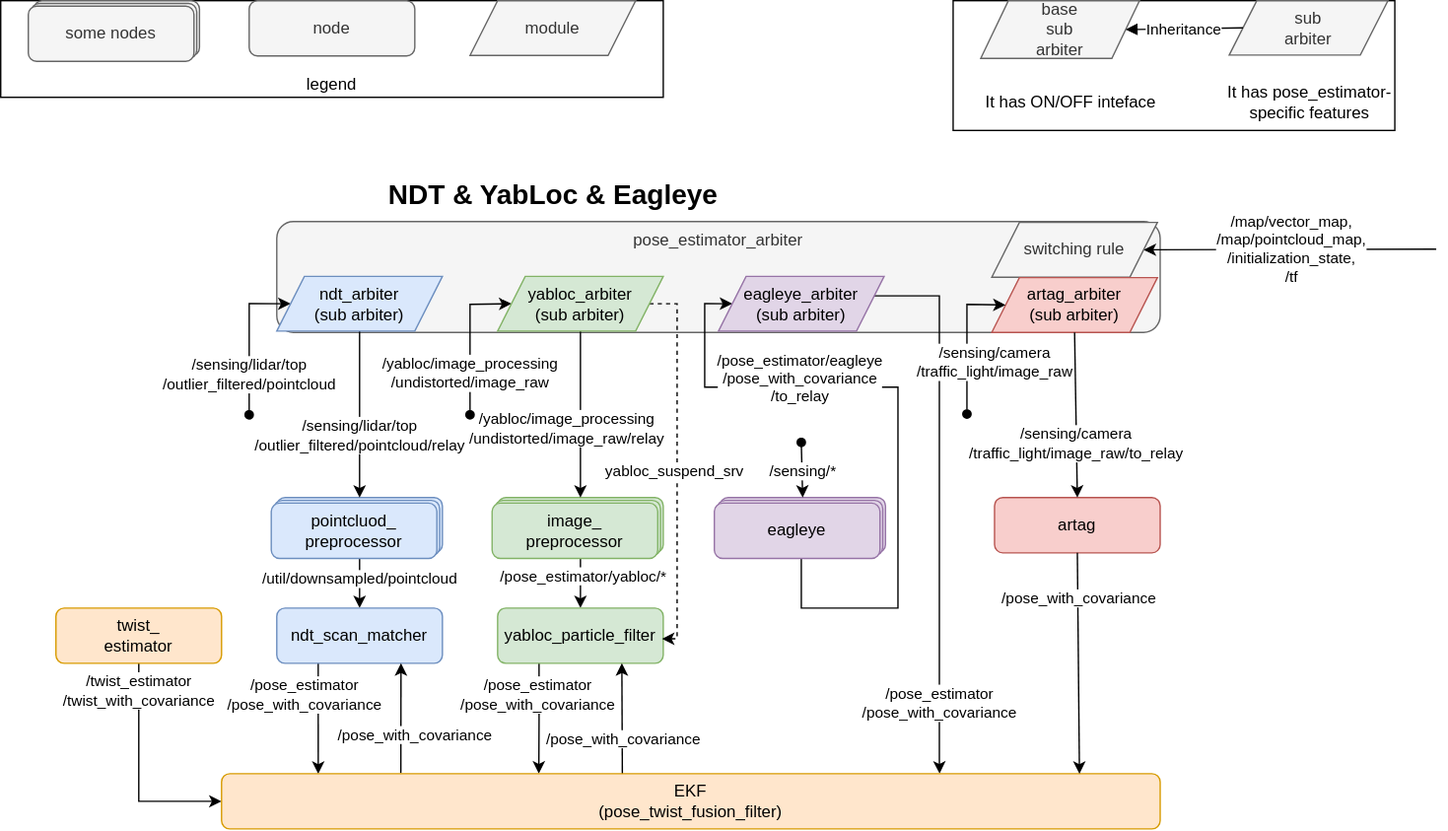
Before: localization/pose_estimator_arbiter/media/architecture.drawio.svg, a diagram exported from draw.io (autowarefoundation/autoware.universe). Source tidied: cells renumbered, new cells last; positions are measured from the earlier drawing's top-left corner, leaving out a move shared by most shapes.
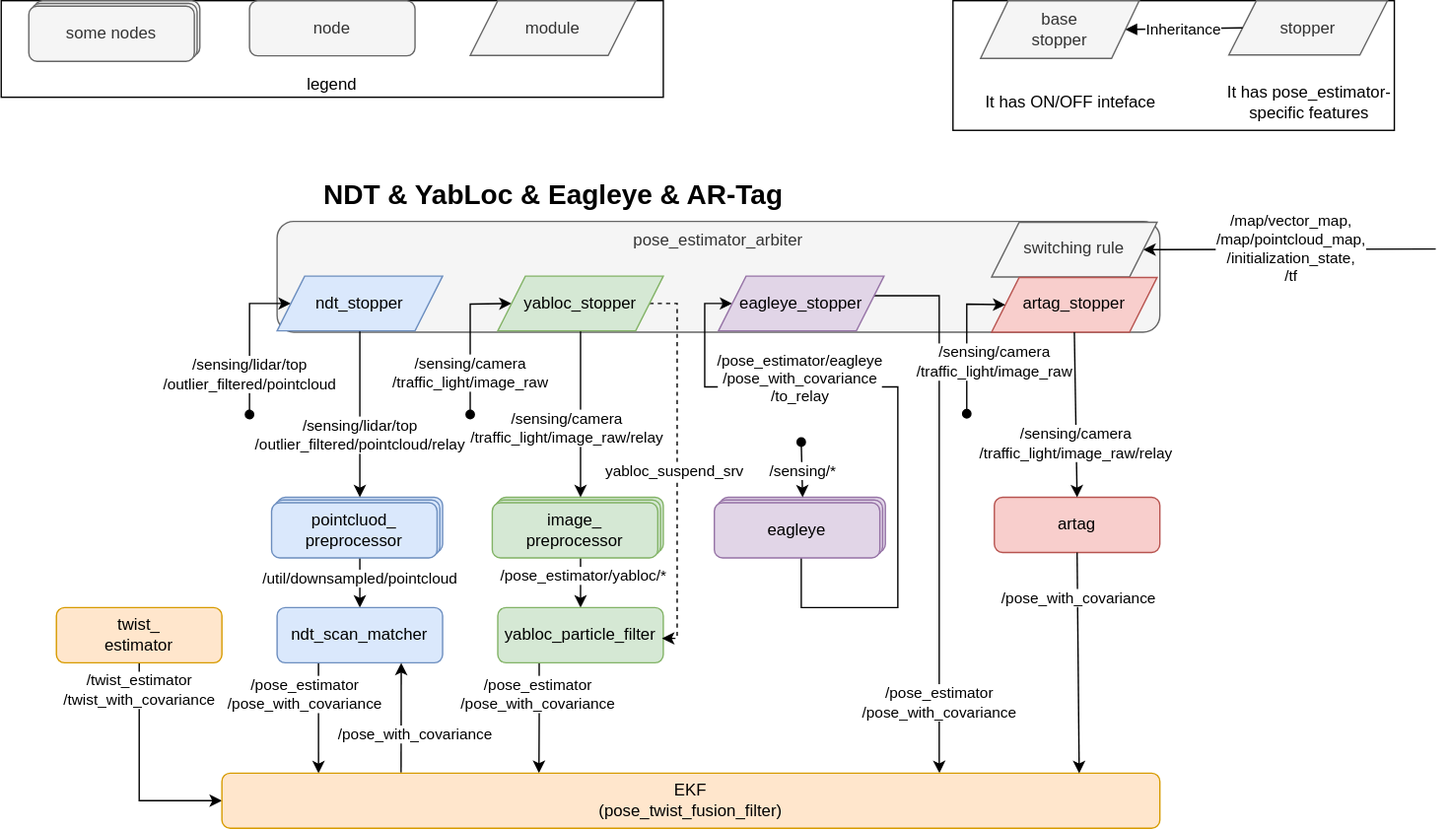
The same file after the commit.

Change to the diagram source:
```diff
@@ -5,7 +5,7 @@
     <mxCell id="2" value="legend" style="rounded=0;whiteSpace=wrap;html=1;verticalAlign=bottom;" parent="1" vertex="1">
       <mxGeometry width="480" height="70" as="geometry" />
     </mxCell>
-    <mxCell id="3" value="pose_estimator_manager" style="rounded=1;whiteSpace=wrap;html=1;fillColor=#f5f5f5;strokeColor=#666666;verticalAlign=top;fontColor=#333333;" parent="1" vertex="1">
+    <mxCell id="3" value="pose_estimator_arbiter" style="rounded=1;whiteSpace=wrap;html=1;fillColor=#f5f5f5;strokeColor=#666666;verticalAlign=top;fontColor=#333333;" parent="1" vertex="1">
       <mxGeometry x="200" y="160" width="640" height="80.3" as="geometry" />
     </mxCell>
     <mxCell id="4" style="edgeStyle=orthogonalEdgeStyle;rounded=0;jettySize=auto;html=1;entryX=0.765;entryY=-0.001;entryDx=0;entryDy=0;entryPerimeter=0;exitX=1;exitY=0.5;exitDx=0;exitDy=0;" parent="1" edge="1" target="39">
@@ -71,14 +71,6 @@
         <mxPoint x="9" y="-2" as="offset" />
       </mxGeometry>
     </mxCell>
-    <mxCell id="20" style="edgeStyle=none;jettySize=auto;html=1;rounded=0;entryX=0.75;entryY=1;entryDx=0;entryDy=0;exitX=0.427;exitY=0.003;exitDx=0;exitDy=0;exitPerimeter=0;" parent="1" edge="1" source="39" target="17">
-      <mxGeometry relative="1" as="geometry" />
-    </mxCell>
-    <mxCell id="21" value="/pose_with_covariance" style="edgeLabel;html=1;align=center;verticalAlign=middle;fontSize=11;" parent="20" vertex="1">
-      <mxGeometry x="-0.52" relative="1" as="geometry">
-        <mxPoint y="-6" as="offset" />
-      </mxGeometry>
-    </mxCell>
     <mxCell id="22" style="edgeStyle=orthogonalEdgeStyle;rounded=0;jettySize=auto;html=1;entryX=0;entryY=0.5;entryDx=0;entryDy=0;" parent="1" edge="1" source="24" target="39">
       <mxGeometry relative="1" as="geometry" />
     </mxCell>
@@ -93,7 +85,7 @@
     <mxCell id="25" style="edgeStyle=none;jettySize=auto;html=1;rounded=0;entryX=0.5;entryY=0;entryDx=0;entryDy=0;exitX=0.5;exitY=1;exitDx=0;exitDy=0;" parent="1" edge="1" source="45" target="11">
       <mxGeometry relative="1" as="geometry" />
     </mxCell>
-    <mxCell id="26" value="/yabloc/image_processing&lt;br style=&quot;border-color: var(--border-color); font-size: 11px;&quot;&gt;/undistorted/image_raw/relay" style="edgeLabel;html=1;align=center;verticalAlign=middle;fontSize=11;" parent="25" vertex="1">
+    <mxCell id="26" value="/sensing/camera&lt;br style=&quot;border-color: var(--border-color); font-size: 11px;&quot;&gt;/traffic_light/image_raw/relay" style="edgeLabel;html=1;align=center;verticalAlign=middle;fontSize=11;" parent="25" vertex="1">
       <mxGeometry x="-0.23" y="-1" relative="1" as="geometry">
         <mxPoint x="-9" y="24" as="offset" />
       </mxGeometry>
@@ -161,7 +153,7 @@
         </Array>
       </mxGeometry>
     </mxCell>
-    <mxCell id="38" value="/yabloc/image_processing&lt;br style=&quot;font-size: 11px;&quot;&gt;/undistorted/image_raw" style="edgeLabel;html=1;align=center;verticalAlign=middle;fontSize=11;" parent="37" vertex="1">
+    <mxCell id="38" value="/sensing/camera&lt;br&gt;/traffic_light/image_raw" style="edgeLabel;html=1;align=center;verticalAlign=middle;fontSize=11;" parent="37" vertex="1">
       <mxGeometry x="-0.23" y="-1" relative="1" as="geometry">
         <mxPoint x="-1" y="12" as="offset" />
       </mxGeometry>
@@ -179,7 +171,7 @@
         <mxPoint x="1" y="4" as="offset" />
       </mxGeometry>
     </mxCell>
-    <mxCell id="42" value="eagleye_manager&lt;br&gt;(sub manager)" style="shape=parallelogram;perimeter=parallelogramPerimeter;whiteSpace=wrap;html=1;fixedSize=1;fillColor=#e1d5e7;strokeColor=#9673a6;" parent="1" vertex="1">
+    <mxCell id="42" value="eagleye_stopper" style="shape=parallelogram;perimeter=parallelogramPerimeter;whiteSpace=wrap;html=1;fixedSize=1;fillColor=#e1d5e7;strokeColor=#9673a6;" parent="1" vertex="1">
       <mxGeometry x="520" y="199.7" width="120" height="39.7" as="geometry" />
     </mxCell>
     <mxCell id="43" style="edgeStyle=orthogonalEdgeStyle;rounded=0;jettySize=auto;html=1;entryX=0.992;entryY=0.558;entryDx=0;entryDy=0;entryPerimeter=0;dashed=1;" parent="1" edge="1" source="45" target="17">
@@ -195,10 +187,10 @@
         <mxPoint y="30" as="offset" />
       </mxGeometry>
     </mxCell>
-    <mxCell id="45" value="yabloc_manager&lt;br&gt;(sub manager)" style="shape=parallelogram;perimeter=parallelogramPerimeter;whiteSpace=wrap;html=1;fixedSize=1;fillColor=#d5e8d4;strokeColor=#82b366;" parent="1" vertex="1">
+    <mxCell id="45" value="yabloc_stopper" style="shape=parallelogram;perimeter=parallelogramPerimeter;whiteSpace=wrap;html=1;fixedSize=1;fillColor=#d5e8d4;strokeColor=#82b366;" parent="1" vertex="1">
       <mxGeometry x="360" y="199.7" width="120" height="39.7" as="geometry" />
     </mxCell>
-    <mxCell id="46" value="ndt_manager&lt;br&gt;(sub manager)" style="shape=parallelogram;perimeter=parallelogramPerimeter;whiteSpace=wrap;html=1;fixedSize=1;fillColor=#dae8fc;strokeColor=#6c8ebf;" parent="1" vertex="1">
+    <mxCell id="46" value="ndt_stopper" style="shape=parallelogram;perimeter=parallelogramPerimeter;whiteSpace=wrap;html=1;fixedSize=1;fillColor=#dae8fc;strokeColor=#6c8ebf;" parent="1" vertex="1">
       <mxGeometry x="200" y="199.7" width="120" height="39.7" as="geometry" />
     </mxCell>
     <mxCell id="47" value="switching rule" style="shape=parallelogram;perimeter=parallelogramPerimeter;whiteSpace=wrap;html=1;fixedSize=1;fillColor=#f5f5f5;strokeColor=#666666;fontColor=#333333;" parent="1" vertex="1">
@@ -237,8 +229,8 @@
     <mxCell id="58" value="some nodes" style="rounded=1;whiteSpace=wrap;html=1;fillColor=#f5f5f5;strokeColor=#666666;fontColor=#333333;" parent="1" vertex="1">
       <mxGeometry x="20" y="4" width="120" height="40" as="geometry" />
     </mxCell>
-    <mxCell id="59" value="NDT &amp;amp; YabLoc &amp;amp; Eagleye" style="text;html=1;align=center;verticalAlign=middle;strokeColor=none;fillColor=none;fontSize=20;fontStyle=1;" parent="1" vertex="1">
-      <mxGeometry x="270" y="120" width="260" height="40" as="geometry" />
+    <mxCell id="59" value="NDT &amp;amp; YabLoc &amp;amp; Eagleye &amp;amp; AR-Tag" style="text;html=1;align=center;verticalAlign=middle;strokeColor=none;fillColor=none;fontSize=20;fontStyle=1;" parent="1" vertex="1">
+      <mxGeometry x="220" y="120" width="360" height="40" as="geometry" />
     </mxCell>
     <mxCell id="60" style="group;" parent="1" vertex="1">
       <mxGeometry x="690" width="327.5" height="94" as="geometry" />
@@ -246,10 +238,10 @@
     <mxCell id="61" style="rounded=0;whiteSpace=wrap;html=1;" parent="60" vertex="1">
       <mxGeometry width="320" height="94" as="geometry" />
     </mxCell>
-    <mxCell id="62" value="base&lt;br&gt;sub&lt;br&gt;manager" style="shape=parallelogram;perimeter=parallelogramPerimeter;whiteSpace=wrap;html=1;fixedSize=1;fillColor=#f5f5f5;fontColor=#333333;strokeColor=#666666;" parent="60" vertex="1">
+    <mxCell id="62" value="base&lt;br&gt;stopper" style="shape=parallelogram;perimeter=parallelogramPerimeter;whiteSpace=wrap;html=1;fixedSize=1;fillColor=#f5f5f5;fontColor=#333333;strokeColor=#666666;" parent="60" vertex="1">
       <mxGeometry x="20" width="115" height="41.8" as="geometry" />
     </mxCell>
-    <mxCell id="63" value="sub&lt;br&gt;manager" style="shape=parallelogram;perimeter=parallelogramPerimeter;whiteSpace=wrap;html=1;fixedSize=1;fillColor=#f5f5f5;fontColor=#333333;strokeColor=#666666;" parent="60" vertex="1">
+    <mxCell id="63" value="stopper" style="shape=parallelogram;perimeter=parallelogramPerimeter;whiteSpace=wrap;html=1;fixedSize=1;fillColor=#f5f5f5;fontColor=#333333;strokeColor=#666666;" parent="60" vertex="1">
       <mxGeometry x="200" width="115" height="39.4" as="geometry" />
     </mxCell>
     <mxCell id="64" style="edgeStyle=none;rounded=0;jettySize=auto;html=1;exitX=0;exitY=0.5;exitDx=0;exitDy=0;entryX=1;entryY=0.5;entryDx=0;entryDy=0;endArrow=block;endFill=1;" parent="60" edge="1" source="63" target="62">
@@ -272,7 +264,7 @@
     <mxCell id="68" value="It has pose_estimator-&lt;br&gt;specific features" style="text;html=1;align=center;verticalAlign=middle;strokeColor=none;fillColor=none;" parent="60" vertex="1">
       <mxGeometry x="187.5" y="54" width="140" height="40" as="geometry" />
     </mxCell>
-    <mxCell id="69" value="artag_manager&lt;br&gt;(sub manager)" style="shape=parallelogram;perimeter=parallelogramPerimeter;whiteSpace=wrap;html=1;fixedSize=1;fillColor=#f8cecc;strokeColor=#b85450;" parent="1" vertex="1">
+    <mxCell id="69" value="artag_stopper" style="shape=parallelogram;perimeter=parallelogramPerimeter;whiteSpace=wrap;html=1;fixedSize=1;fillColor=#f8cecc;strokeColor=#b85450;" parent="1" vertex="1">
       <mxGeometry x="718" y="200.6" width="120" height="39.7" as="geometry" />
     </mxCell>
     <mxCell id="70" value="artag" style="rounded=1;whiteSpace=wrap;html=1;fillColor=#f8cecc;strokeColor=#b85450;verticalAlign=middle;" parent="1" vertex="1">
@@ -281,7 +273,7 @@
     <mxCell id="71" style="edgeStyle=none;jettySize=auto;html=1;rounded=0;entryX=0.5;entryY=0;entryDx=0;entryDy=0;exitX=0.5;exitY=1;exitDx=0;exitDy=0;" parent="1" edge="1" source="69" target="70">
       <mxGeometry relative="1" as="geometry" />
     </mxCell>
-    <mxCell id="72" value="/sensing/camera&lt;br&gt;/traffic_light/image_raw/to_relay" style="edgeLabel;html=1;align=center;verticalAlign=middle;fontSize=11;" parent="71" vertex="1">
+    <mxCell id="72" value="/sensing/camera&lt;br&gt;/traffic_light/image_raw/relay" style="edgeLabel;html=1;align=center;verticalAlign=middle;fontSize=11;" parent="71" vertex="1">
       <mxGeometry x="-0.52" relative="1" as="geometry">
         <mxPoint y="51" as="offset" />
       </mxGeometry>
```
